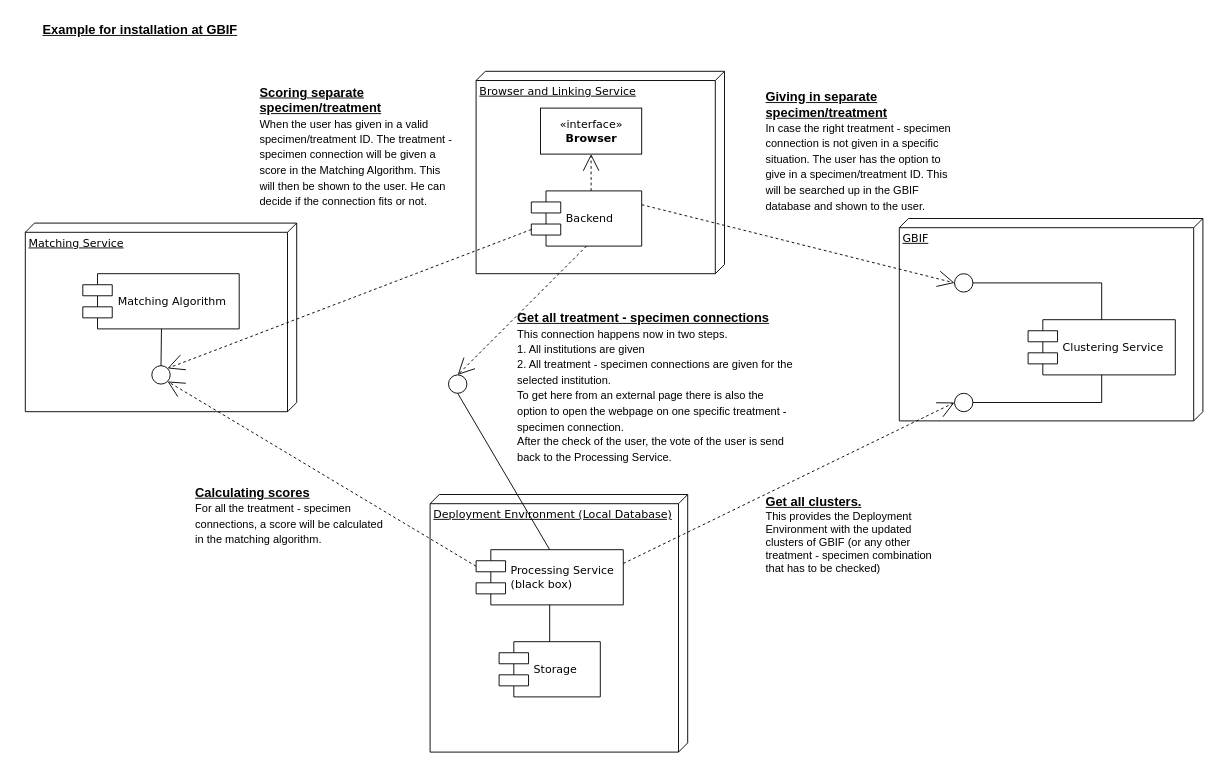
The draw.io diagram Matching Algorithm.drawio in Sandervdbogaert/Sandervdbogaert, before the edit. Source tidied: cells renumbered, new cells numbered last; positions are measured from the earlier drawing's top-left corner, leaving out a move shared by most shapes. Both pictures are drawn from the tidied source at 92%, with x=0, y=0 at pixel (16, 16).
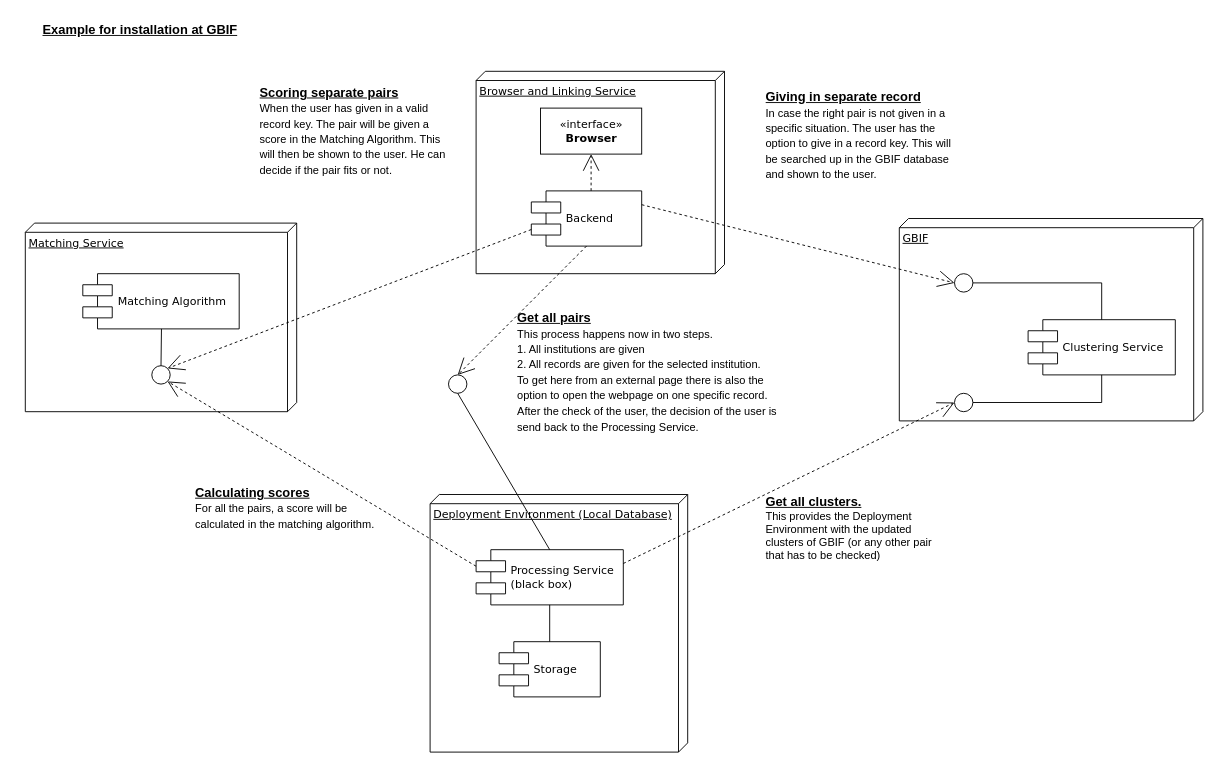
After the change.

What changed in the source:
```diff
@@
-    <mxCell id="24" value="&lt;div&gt;&lt;u&gt;&lt;b&gt;&lt;font style=&quot;font-size: 14px&quot;&gt;Get all clusters.&lt;/font&gt;&lt;/b&gt;&lt;/u&gt;&lt;/div&gt;&lt;div&gt;This provides the Deployment &lt;br&gt;Environment with the updated clusters of GBIF (or any other treatment - specimen combination that has to be checked)&lt;br&gt;&lt;/div&gt;" style="text;html=1;strokeColor=none;fillColor=none;spacing=5;spacingTop=-20;whiteSpace=wrap;overflow=hidden;rounded=0;" parent="1" vertex="1">
+    <mxCell id="24" value="&lt;div&gt;&lt;u&gt;&lt;b&gt;&lt;font style=&quot;font-size: 14px&quot;&gt;Get all clusters.&lt;/font&gt;&lt;/b&gt;&lt;/u&gt;&lt;/div&gt;&lt;div&gt;This provides the Deployment &lt;br&gt;Environment with the updated clusters of GBIF (or any other pair that has to be checked)&lt;br&gt;&lt;/div&gt;" style="text;html=1;strokeColor=none;fillColor=none;spacing=5;spacingTop=-20;whiteSpace=wrap;overflow=hidden;rounded=0;" parent="1" vertex="1">
       <mxGeometry x="810" y="530" width="190" height="120" as="geometry" />
     </mxCell>
@@
-    <mxCell id="28" value="&lt;div&gt;&lt;u&gt;&lt;b&gt;Calculating scores&lt;/b&gt;&lt;/u&gt;&lt;/div&gt;&lt;div&gt;&lt;font style=&quot;font-size: 12px&quot;&gt;For all the treatment - specimen connections, a score will be calculated in the matching algorithm. &lt;/font&gt;&lt;/div&gt;" style="text;html=1;strokeColor=none;fillColor=none;spacing=5;spacingTop=-20;whiteSpace=wrap;overflow=hidden;rounded=0;fontSize=14;" parent="1" vertex="1">
+    <mxCell id="28" value="&lt;div&gt;&lt;u&gt;&lt;b&gt;Calculating scores&lt;/b&gt;&lt;/u&gt;&lt;/div&gt;&lt;div&gt;&lt;font style=&quot;font-size: 12px&quot;&gt;For all the pairs, a score will be calculated in the matching algorithm. &lt;/font&gt;&lt;/div&gt;" style="text;html=1;strokeColor=none;fillColor=none;spacing=5;spacingTop=-20;whiteSpace=wrap;overflow=hidden;rounded=0;fontSize=14;" parent="1" vertex="1">
       <mxGeometry x="190" y="520" width="220" height="70" as="geometry" />
     </mxCell>
@@
-    <mxCell id="30" value="&lt;div&gt;&lt;u&gt;&lt;b&gt;Get all treatment - specimen connections&lt;br&gt;&lt;/b&gt;&lt;/u&gt;&lt;/div&gt;&lt;div&gt;&lt;font style=&quot;font-size: 12px&quot;&gt;This connection happens now in two steps. &lt;/font&gt;&lt;br&gt;&lt;/div&gt;&lt;div&gt;&lt;font style=&quot;font-size: 12px&quot;&gt;1. All institutions are given&lt;/font&gt;&lt;/div&gt;&lt;div&gt;&lt;font style=&quot;font-size: 12px&quot;&gt;2. All treatment - specimen connections are given for the selected institution.&lt;/font&gt;&lt;/div&gt;&lt;div&gt;&lt;font style=&quot;font-size: 12px&quot;&gt;To get here from an external page there is also the option to open the webpage on one specific treatment - specimen connection.&lt;/font&gt;&lt;/div&gt;&lt;div&gt;&lt;font style=&quot;font-size: 12px&quot;&gt;After the check of the user, the vote of the user is send back to the Processing Service.&lt;/font&gt;&lt;br&gt;&lt;/div&gt;" style="text;html=1;strokeColor=none;fillColor=none;spacing=5;spacingTop=-20;whiteSpace=wrap;overflow=hidden;rounded=0;fontSize=14;" parent="1" vertex="1">
+    <mxCell id="30" value="&lt;div&gt;&lt;u&gt;&lt;b&gt;Get all pairs&lt;br&gt;&lt;/b&gt;&lt;/u&gt;&lt;/div&gt;&lt;div&gt;&lt;font style=&quot;font-size: 12px&quot;&gt;This process happens now in two steps. &lt;/font&gt;&lt;br&gt;&lt;/div&gt;&lt;div&gt;&lt;font style=&quot;font-size: 12px&quot;&gt;1. All institutions are given&lt;/font&gt;&lt;/div&gt;&lt;div&gt;&lt;font style=&quot;font-size: 12px&quot;&gt;2. All records are given for the selected institution.&lt;/font&gt;&lt;/div&gt;&lt;div&gt;&lt;font style=&quot;font-size: 12px&quot;&gt;To get here from an external page there is also the option to open the webpage on one specific record.&lt;/font&gt;&lt;/div&gt;&lt;div&gt;&lt;font style=&quot;font-size: 12px&quot;&gt;After the check of the user, the decision of the user is send back to the Processing Service.&lt;/font&gt;&lt;br&gt;&lt;/div&gt;" style="text;html=1;strokeColor=none;fillColor=none;spacing=5;spacingTop=-20;whiteSpace=wrap;overflow=hidden;rounded=0;fontSize=14;" parent="1" vertex="1">
       <mxGeometry x="540" y="330" width="310" height="160" as="geometry" />
     </mxCell>
-    <mxCell id="31" value="&lt;div&gt;&lt;u&gt;&lt;b&gt;Giving in separate specimen/treatment&lt;br&gt;&lt;/b&gt;&lt;/u&gt;&lt;/div&gt;&lt;font style=&quot;font-size: 12px&quot;&gt;In case the right treatment - specimen connection is not given in a specific situation. The user has the option to give in a specimen/treatment ID. This will be searched up in the GBIF database and shown to the user.&lt;/font&gt;" style="text;html=1;strokeColor=none;fillColor=none;spacing=5;spacingTop=-20;whiteSpace=wrap;overflow=hidden;rounded=0;fontSize=14;" parent="1" vertex="1">
+    <mxCell id="31" value="&lt;div&gt;&lt;u&gt;&lt;b&gt;Giving in separate record&lt;br&gt;&lt;/b&gt;&lt;/u&gt;&lt;/div&gt;&lt;font style=&quot;font-size: 12px&quot;&gt;In case the right pair is not given in a specific situation. The user has the option to give in a record key. This will be searched up in the GBIF database and shown to the user.&lt;/font&gt;" style="text;html=1;strokeColor=none;fillColor=none;spacing=5;spacingTop=-20;whiteSpace=wrap;overflow=hidden;rounded=0;fontSize=14;" parent="1" vertex="1">
       <mxGeometry x="810" y="90" width="220" height="135" as="geometry" />
     </mxCell>
-    <mxCell id="32" value="&lt;div&gt;&lt;u&gt;&lt;b&gt;Scoring separate specimen/treatment&lt;br&gt;&lt;/b&gt;&lt;/u&gt;&lt;/div&gt;&lt;font style=&quot;font-size: 12px&quot;&gt;When the user has given in a valid specimen/treatment ID. The treatment - specimen connection will be given a score in the Matching Algorithm. This will then be shown to the user. He can decide if the connection fits or not.&lt;/font&gt;" style="text;html=1;strokeColor=none;fillColor=none;spacing=5;spacingTop=-20;whiteSpace=wrap;overflow=hidden;rounded=0;fontSize=14;" parent="1" vertex="1">
+    <mxCell id="32" value="&lt;div&gt;&lt;u&gt;&lt;b&gt;Scoring separate pairs&lt;br&gt;&lt;/b&gt;&lt;/u&gt;&lt;/div&gt;&lt;font style=&quot;font-size: 12px&quot;&gt;When the user has given in a valid record key. The pair will be given a score in the Matching Algorithm. This will then be shown to the user. He can decide if the pair fits or not.&lt;/font&gt;" style="text;html=1;strokeColor=none;fillColor=none;spacing=5;spacingTop=-20;whiteSpace=wrap;overflow=hidden;rounded=0;fontSize=14;" parent="1" vertex="1">
       <mxGeometry x="260" y="85" width="220" height="135" as="geometry" />
     </mxCell>
```
